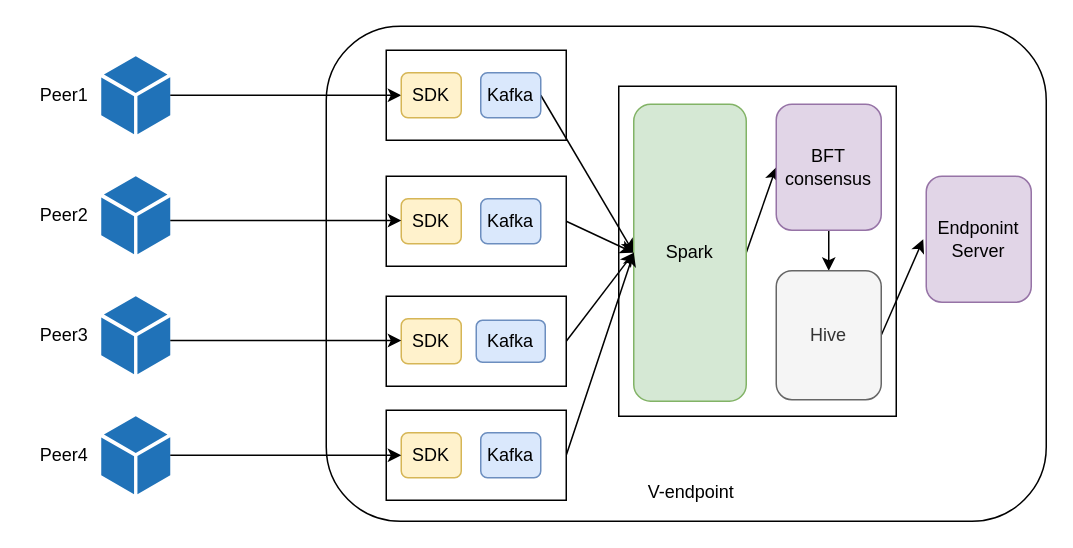
The draw.io diagram page "Page-1" (1 of 2) of V-endpoint.drawio in NTT-TNN/draw, before the edit. Source tidied: cells renumbered, new cells numbered last; positions are measured from the earlier drawing's top-left corner, leaving out a move shared by most shapes. Both pictures are drawn from the tidied source at 150%, with x=0, y=0 at pixel (26, 26).
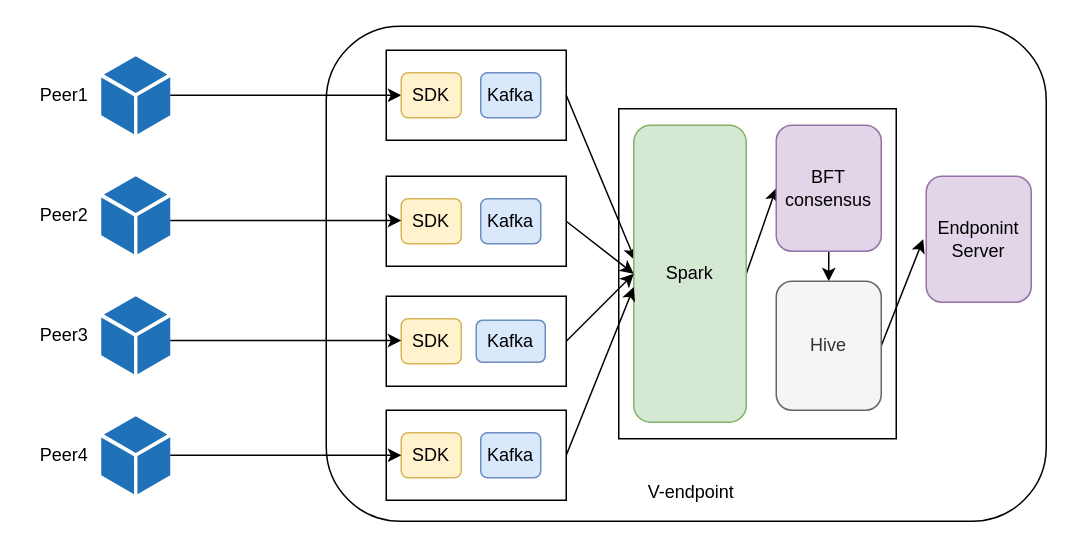
The same page after the edit.

The change refers to these unchanged cells:
```xml
<mxCell id="12" style="rounded=0;whiteSpace=wrap;html=1;" parent="1" vertex="1">
  <mxGeometry x="240" y="16" width="120" height="60" as="geometry" />
</mxCell>
<mxCell id="17" value="Kafka" style="rounded=1;whiteSpace=wrap;html=1;fillColor=#dae8fc;strokeColor=#6c8ebf;" parent="1" vertex="1">
  <mxGeometry x="303" y="31" width="40" height="30" as="geometry" />
</mxCell>
<mxCell id="33" style="rounded=0;whiteSpace=wrap;html=1;" parent="1" vertex="1">
  <mxGeometry x="240" y="256" width="120" height="60" as="geometry" />
</mxCell>
```

Diff of the diagram source:
```diff
@@
     <mxCell id="15" style="rounded=0;whiteSpace=wrap;html=1;" parent="1" vertex="1">
-      <mxGeometry x="395" y="40" width="185" height="220" as="geometry" />
+      <mxGeometry x="395" y="55" width="185" height="220" as="geometry" />
     </mxCell>
-    <mxCell id="16" style="edgeStyle=none;rounded=0;jettySize=auto;html=1;exitX=1;exitY=0.5;exitDx=0;exitDy=0;startArrow=none;startFill=0;endArrow=classic;endFill=1;entryX=0;entryY=0.5;entryDx=0;entryDy=0;" parent="1" edge="1" source="17" target="19">
+    <mxCell id="16" style="edgeStyle=none;rounded=0;jettySize=auto;html=1;exitX=1;exitY=0.5;exitDx=0;exitDy=0;startArrow=none;startFill=0;endArrow=classic;endFill=1;entryX=0.013;entryY=0.455;entryDx=0;entryDy=0;entryPerimeter=0;" parent="1" edge="1" source="12" target="19">
       <mxGeometry relative="1" as="geometry" />
     </mxCell>
@@
     <mxCell id="19" value="Spark" style="rounded=1;whiteSpace=wrap;html=1;fillColor=#d5e8d4;strokeColor=#82b366;" parent="1" vertex="1">
-      <mxGeometry x="405" y="52" width="75" height="198" as="geometry" />
+      <mxGeometry x="405" y="66" width="75" height="198" as="geometry" />
     </mxCell>
@@
     <mxCell id="21" value="BFT consensus" style="rounded=1;whiteSpace=wrap;html=1;fillColor=#e1d5e7;strokeColor=#9673a6;" parent="1" vertex="1">
-      <mxGeometry x="500" y="52" width="70" height="84" as="geometry" />
+      <mxGeometry x="500" y="66" width="70" height="84" as="geometry" />
     </mxCell>
@@
     <mxCell id="23" value="Hive" style="rounded=1;whiteSpace=wrap;html=1;fillColor=#f5f5f5;strokeColor=#666666;fontColor=#333333;" parent="1" vertex="1">
-      <mxGeometry x="500" y="163" width="70" height="86" as="geometry" />
+      <mxGeometry x="500" y="170" width="70" height="86" as="geometry" />
     </mxCell>
@@
-    <mxCell id="32" style="edgeStyle=none;rounded=0;jettySize=auto;html=1;exitX=1;exitY=0.5;exitDx=0;exitDy=0;startArrow=none;startFill=0;endArrow=classic;endFill=1;entryX=0;entryY=0.5;entryDx=0;entryDy=0;" parent="1" edge="1" source="33" target="19">
+    <mxCell id="32" style="edgeStyle=none;rounded=0;jettySize=auto;html=1;exitX=1;exitY=0.5;exitDx=0;exitDy=0;startArrow=none;startFill=0;endArrow=classic;endFill=1;entryX=0;entryY=0.545;entryDx=0;entryDy=0;entryPerimeter=0;" parent="1" edge="1" source="33" target="19">
       <mxGeometry relative="1" as="geometry" />
     </mxCell>
```
